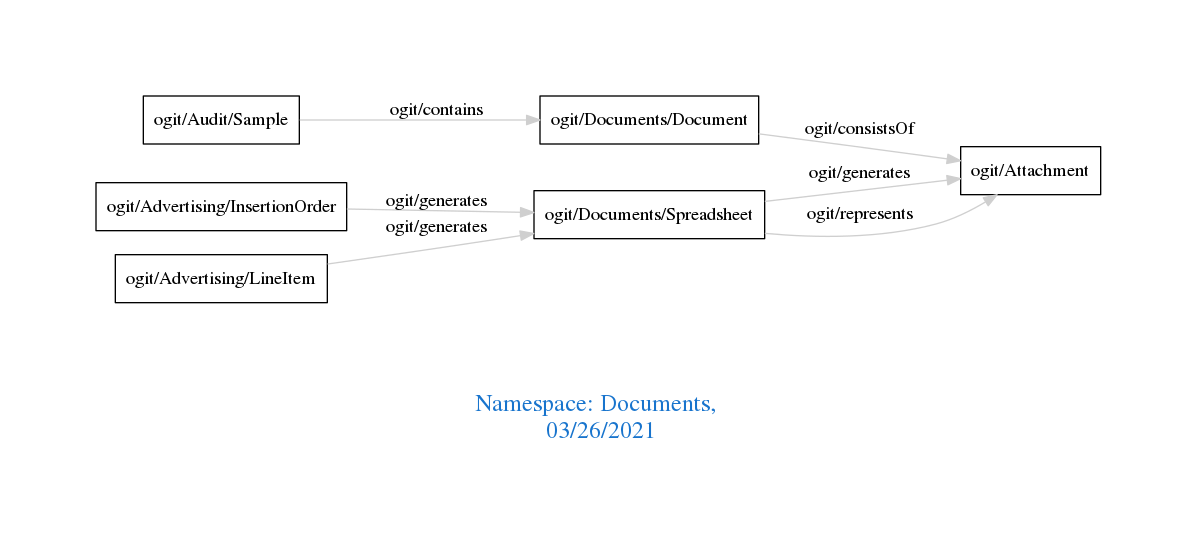
The Graphviz diagram downloads/Documents.png in arago/OGIT, before a commit. Its source is kept beside it as downloads/Documents.dot.
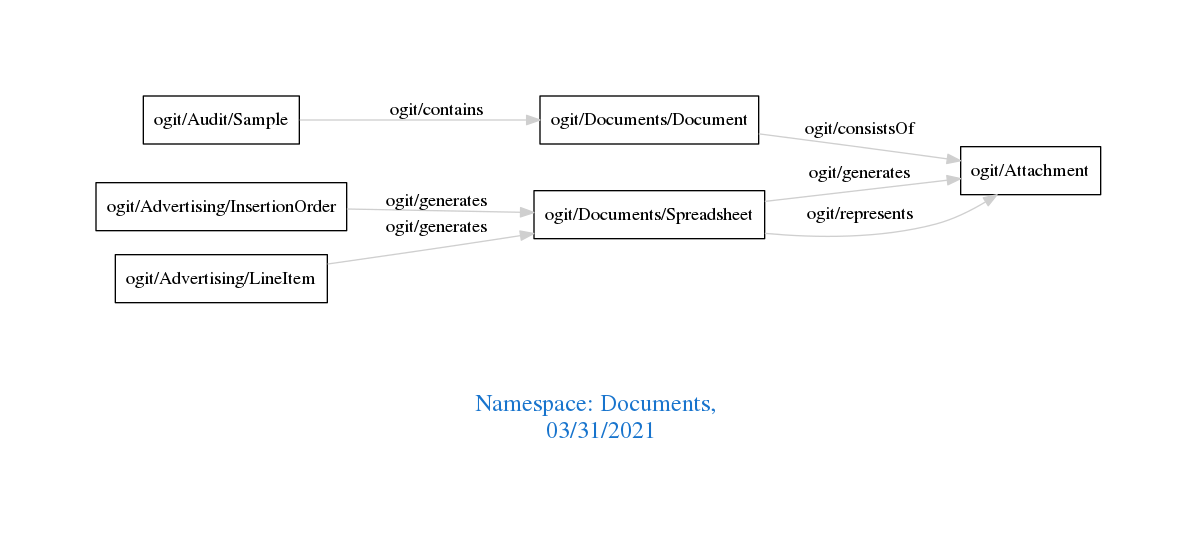
Later version of the same file.

What changed in the source:
```diff
@@ -1,7 +1,7 @@
 digraph OGIT_ontology {
  graph [ rankdir= LR,pad=1
 fontsize = 18,
-fontcolor= dodgerblue3,label = "\n\n\nNamespace: Documents, \n 03/26/2021"];
+fontcolor= dodgerblue3,label = "\n\n\nNamespace: Documents, \n 03/31/2021"];
 node[shape=polygon];
 edge [  color="gray81"];
 
```
